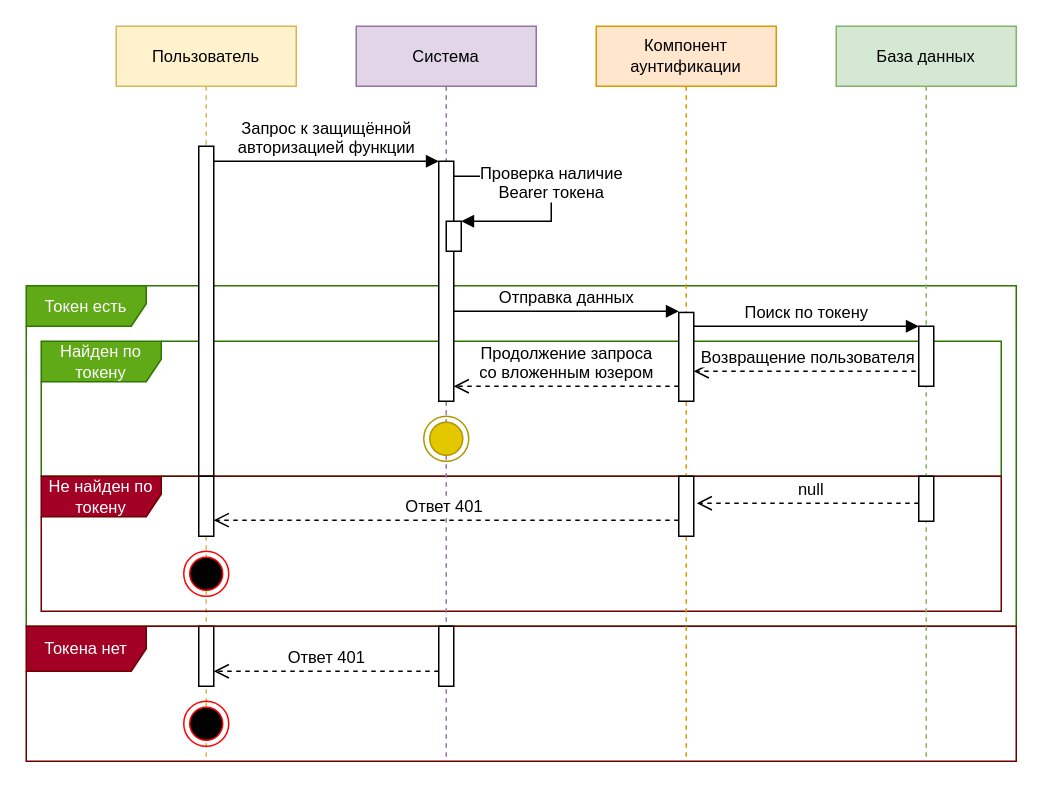
Earlier version of the draw.io diagram page "🧩Общ: sanctum" (2 of 17) of docs/Последовательности.drawio (savayaqu/course-project-4). Source tidied: cells renumbered, new cells numbered last; positions are measured from the earlier drawing's top-left corner, leaving out a move shared by most shapes. Both pictures are drawn from the tidied source at 150%, with x=0, y=0 at pixel (26, 26).
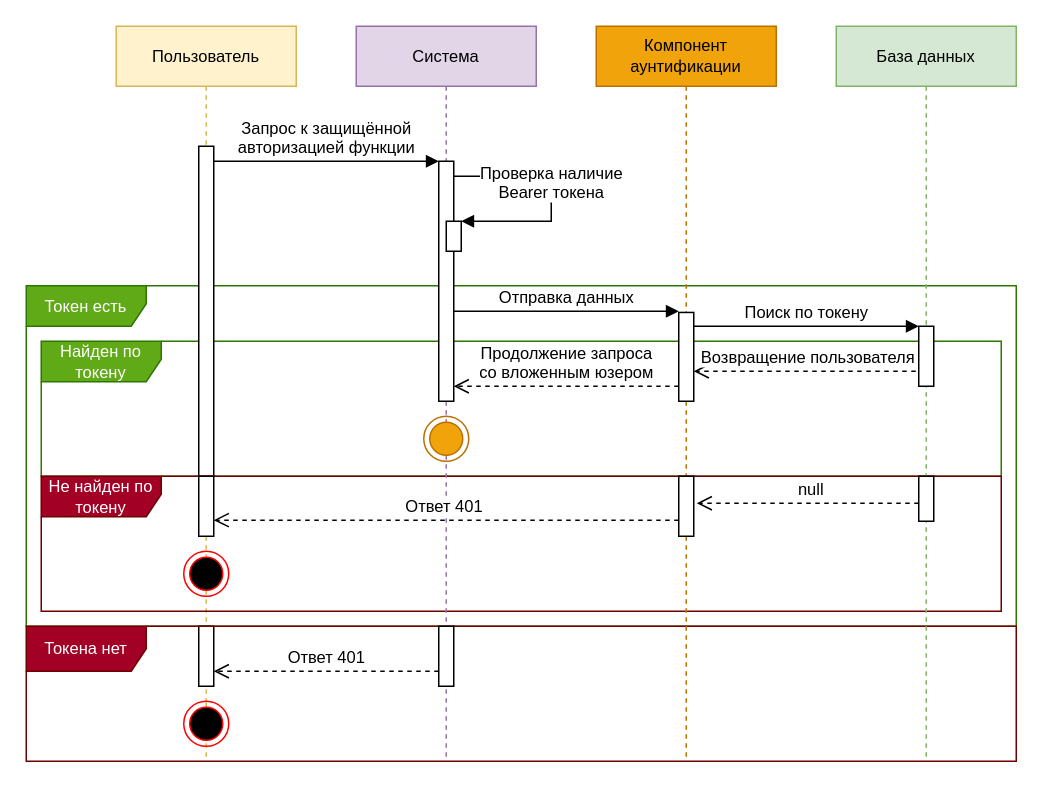
The same page after the edit.

Unchanged cells that the change refers to:
```xml
<mxCell id="9" value="Система" style="shape=umlLifeline;perimeter=lifelinePerimeter;whiteSpace=wrap;html=1;labelBackgroundColor=none;strokeColor=#9673a6;fontFamily=Helvetica;fontSize=11;fillColor=#e1d5e7;" parent="1" vertex="1">
  <mxGeometry x="220" width="120" height="490" as="geometry" />
</mxCell>
```

Diff of the diagram source:
```diff
@@
-    <mxCell id="14" style="ellipse;html=1;shape=endState;labelBackgroundColor=none;fontFamily=Helvetica;fontSize=11;fillColor=#e3c800;fontColor=#000000;strokeColor=#B09500;" parent="9" vertex="1">
+    <mxCell id="14" style="ellipse;html=1;shape=endState;labelBackgroundColor=none;fontFamily=Helvetica;fontSize=11;fillColor=#f0a30a;fontColor=#000000;strokeColor=#BD7000;" parent="9" vertex="1">
       <mxGeometry x="45" y="260" width="30" height="30" as="geometry" />
     </mxCell>
@@
-    <mxCell id="17" value="Компонент аунтификации" style="shape=umlLifeline;perimeter=lifelinePerimeter;whiteSpace=wrap;html=1;labelBackgroundColor=none;strokeColor=#d79b00;fontFamily=Helvetica;fontSize=11;fillColor=#ffe6cc;" parent="1" vertex="1">
+    <mxCell id="17" value="Компонент аунтификации" style="shape=umlLifeline;perimeter=lifelinePerimeter;whiteSpace=wrap;html=1;labelBackgroundColor=none;strokeColor=#BD7000;fontFamily=Helvetica;fontSize=11;fillColor=#f0a30a;fontColor=#000000;" parent="1" vertex="1">
       <mxGeometry x="380" width="120" height="490" as="geometry" />
     </mxCell>
```
